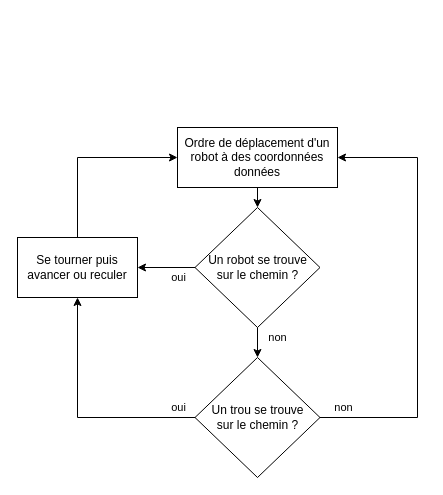
Earlier version of the draw.io diagram Documents/Iteration7/deplacement_priorites.drawio (Akip2/RobotBillard). Source tidied: cells renumbered, new cells numbered last; positions are measured from the earlier drawing's top-left corner, leaving out a move shared by most shapes. Both pictures are drawn from the tidied source at 100%, with x=0, y=0 at pixel (17, 127).
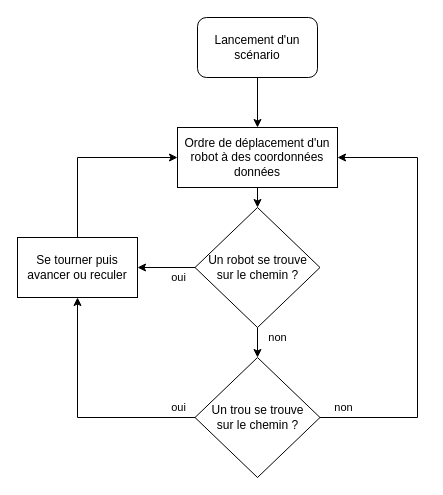
The same diagram, later.

Commit message (it also covers changes not shown here):
DOCUMENTS : modification diagrammes

Diff of the diagram source:
```diff
@@
 <mxGraphModel>
   <root>
     <mxCell id="0" />
     <mxCell id="1" parent="0" />
     <mxCell id="2" value="&lt;span style=&quot;text-align: left;&quot;&gt;Ordre de déplacement d'un robot à des coordonnées données&lt;/span&gt;" style="rounded=0;whiteSpace=wrap;html=1;" parent="1" vertex="1">
       <mxGeometry x="160" width="160" height="60" as="geometry" />
     </mxCell>
     <mxCell id="3" value="Un robot se trouve&lt;div&gt;sur le chemin ?&lt;/div&gt;" style="rhombus;whiteSpace=wrap;html=1;" parent="1" vertex="1">
       <mxGeometry x="177.5" y="80" width="125" height="120" as="geometry" />
     </mxCell>
     <mxCell id="4" value="&lt;span style=&quot;text-align: left;&quot;&gt;Se tourner puis avancer ou reculer&lt;/span&gt;" style="rounded=0;whiteSpace=wrap;html=1;" parent="1" vertex="1">
       <mxGeometry y="110" width="120" height="60" as="geometry" />
     </mxCell>
     <mxCell id="5" value="Un trou se trouve&lt;div&gt;sur le chemin ?&lt;/div&gt;" style="rhombus;whiteSpace=wrap;html=1;" parent="1" vertex="1">
       <mxGeometry x="177.5" y="230" width="125" height="120" as="geometry" />
     </mxCell>
     <mxCell id="6" style="endArrow=classic;html=1;rounded=0;exitX=0.5;exitY=1;exitDx=0;exitDy=0;" parent="1" edge="1" source="2" target="3">
       <mxGeometry relative="1" as="geometry" />
     </mxCell>
     <mxCell id="7" value="oui" style="endArrow=classic;html=1;rounded=0;exitX=0;exitY=0.5;exitDx=0;exitDy=0;entryX=0.5;entryY=1;entryDx=0;entryDy=0;" parent="1" edge="1" source="5" target="4">
       <mxGeometry x="-0.85" y="-10" relative="1" as="geometry">
         <Array as="points">
           <mxPoint x="60" y="290" />
         </Array>
         <mxPoint x="1" as="offset" />
       </mxGeometry>
     </mxCell>
     <mxCell id="8" value="non" style="endArrow=classic;html=1;rounded=0;exitX=1;exitY=0.5;exitDx=0;exitDy=0;entryX=1;entryY=0.5;entryDx=0;entryDy=0;" parent="1" edge="1" source="5" target="2">
       <mxGeometry x="-0.9" y="10" relative="1" as="geometry">
         <Array as="points">
           <mxPoint x="400" y="290" />
           <mxPoint x="400" y="30" />
         </Array>
         <mxPoint x="1" as="offset" />
       </mxGeometry>
     </mxCell>
     <mxCell id="9" value="non" style="endArrow=classic;html=1;rounded=0;exitX=0.5;exitY=1;exitDx=0;exitDy=0;entryX=0.5;entryY=0;entryDx=0;entryDy=0;" parent="1" edge="1" source="3" target="5">
       <mxGeometry x="-0.33" y="20" relative="1" as="geometry" />
     </mxCell>
     <mxCell id="10" value="oui" style="endArrow=classic;html=1;rounded=0;exitX=0;exitY=0.5;exitDx=0;exitDy=0;entryX=1;entryY=0.5;entryDx=0;entryDy=0;" parent="1" edge="1" source="3" target="4">
       <mxGeometry x="-0.39" y="10" relative="1" as="geometry">
         <mxPoint x="1" as="offset" />
       </mxGeometry>
     </mxCell>
     <mxCell id="11" style="endArrow=classic;html=1;rounded=0;exitX=0.5;exitY=0;exitDx=0;exitDy=0;entryX=0;entryY=0.5;entryDx=0;entryDy=0;" parent="1" edge="1" source="4" target="2">
       <mxGeometry relative="1" as="geometry">
         <Array as="points">
           <mxPoint x="60" y="30" />
         </Array>
       </mxGeometry>
     </mxCell>
+    <mxCell id="12" value="Lancement d'un scénario" style="rounded=1;whiteSpace=wrap;html=1;" parent="1" vertex="1">
+      <mxGeometry x="180" y="-110" width="120" height="60" as="geometry" />
+    </mxCell>
+    <mxCell id="13" style="endArrow=classic;html=1;rounded=0;entryX=0.5;entryY=0;entryDx=0;entryDy=0;exitX=0.5;exitY=1;exitDx=0;exitDy=0;" parent="1" edge="1" source="12" target="2">
+      <mxGeometry relative="1" as="geometry" />
+    </mxCell>
   </root>
 </mxGraphModel>
```
